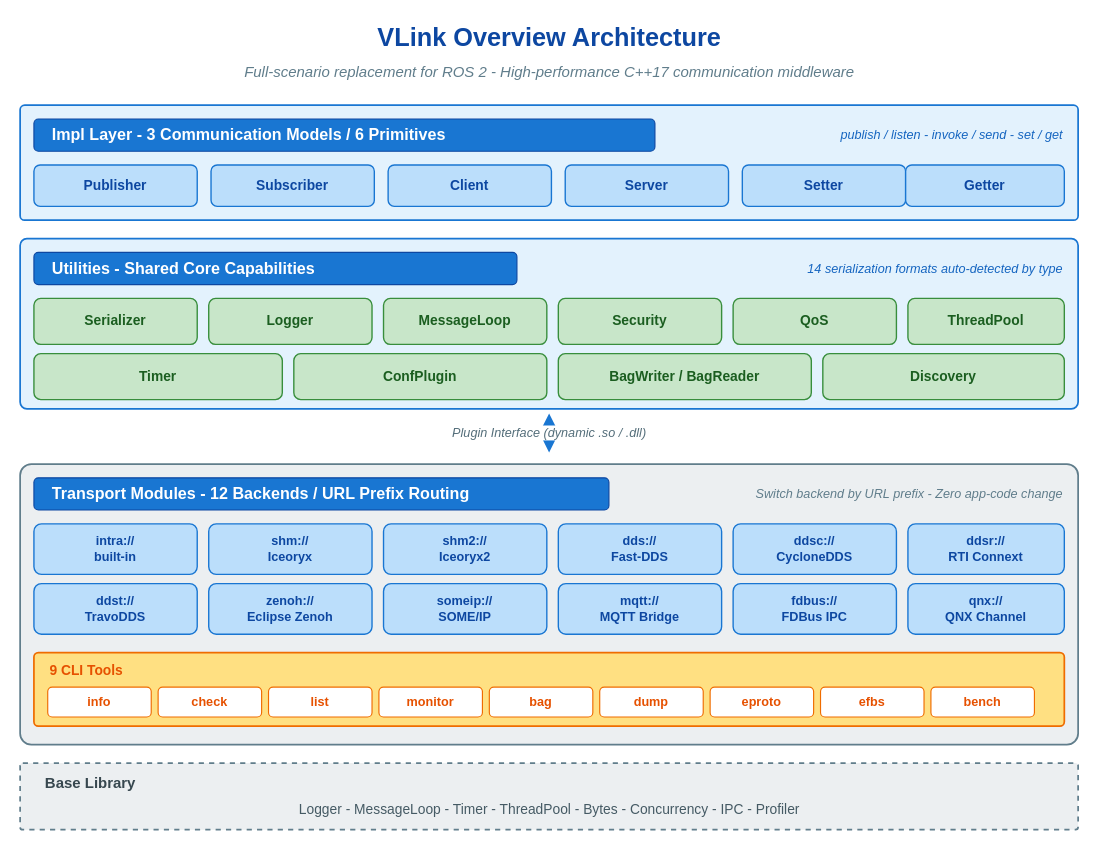
Before: doc/images/overview-architecture.drawio in thun-res/vlink, a draw.io diagram. Source tidied: cells renumbered, new cells numbered last; positions are measured from the earlier drawing's top-left corner, leaving out a move shared by most shapes. Both pictures are drawn from the tidied source at 115%, with x=0, y=0 at pixel (20, 20).
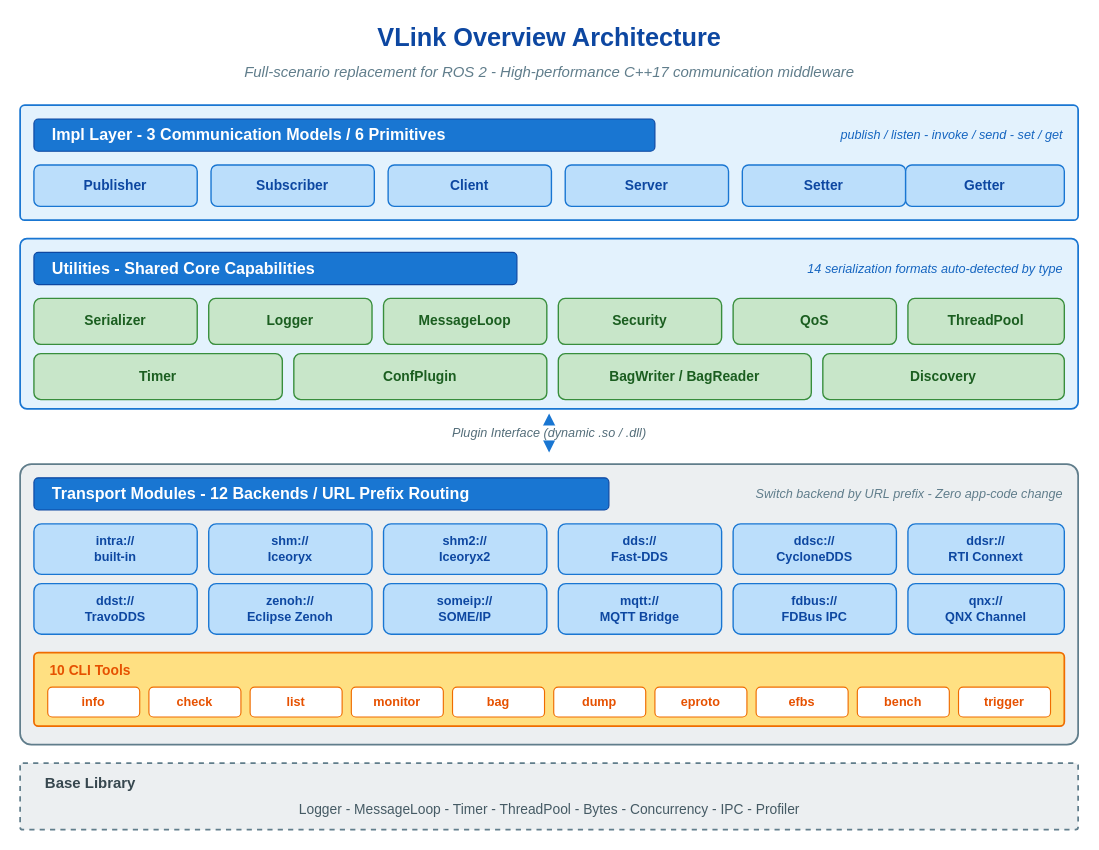
The same diagram, later.

What changed in the source:
```diff
@@
-    <mxCell id="43" value="9 CLI Tools" style="text;html=1;align=left;verticalAlign=middle;strokeColor=none;fillColor=none;fontFamily=Helvetica;fontSize=12;fontStyle=1;fontColor=#e65100;" parent="1" vertex="1">
+    <mxCell id="43" value="10 CLI Tools" style="text;html=1;align=left;verticalAlign=middle;strokeColor=none;fillColor=none;fontFamily=Helvetica;fontSize=12;fontStyle=1;fontColor=#e65100;" parent="1" vertex="1">
       <mxGeometry x="24" y="556" width="120" height="20" as="geometry" />
     </mxCell>
     <mxCell id="44" value="info" style="rounded=1;whiteSpace=wrap;html=1;fillColor=#ffffff;strokeColor=#ef6c00;strokeWidth=1;fontFamily=Helvetica;fontSize=11;fontStyle=1;fontColor=#e65100;align=center;shadow=0;" parent="1" vertex="1">
-      <mxGeometry x="24" y="580" width="90" height="26" as="geometry" />
+      <mxGeometry x="24" y="580" width="80" height="26" as="geometry" />
     </mxCell>
     <mxCell id="45" value="check" style="rounded=1;whiteSpace=wrap;html=1;fillColor=#ffffff;strokeColor=#ef6c00;strokeWidth=1;fontFamily=Helvetica;fontSize=11;fontStyle=1;fontColor=#e65100;align=center;shadow=0;" parent="1" vertex="1">
-      <mxGeometry x="120" y="580" width="90" height="26" as="geometry" />
+      <mxGeometry x="112" y="580" width="80" height="26" as="geometry" />
     </mxCell>
     <mxCell id="46" value="list" style="rounded=1;whiteSpace=wrap;html=1;fillColor=#ffffff;strokeColor=#ef6c00;strokeWidth=1;fontFamily=Helvetica;fontSize=11;fontStyle=1;fontColor=#e65100;align=center;shadow=0;" parent="1" vertex="1">
-      <mxGeometry x="216" y="580" width="90" height="26" as="geometry" />
+      <mxGeometry x="200" y="580" width="80" height="26" as="geometry" />
     </mxCell>
     <mxCell id="47" value="monitor" style="rounded=1;whiteSpace=wrap;html=1;fillColor=#ffffff;strokeColor=#ef6c00;strokeWidth=1;fontFamily=Helvetica;fontSize=11;fontStyle=1;fontColor=#e65100;align=center;shadow=0;" parent="1" vertex="1">
-      <mxGeometry x="312" y="580" width="90" height="26" as="geometry" />
+      <mxGeometry x="288" y="580" width="80" height="26" as="geometry" />
     </mxCell>
     <mxCell id="48" value="bag" style="rounded=1;whiteSpace=wrap;html=1;fillColor=#ffffff;strokeColor=#ef6c00;strokeWidth=1;fontFamily=Helvetica;fontSize=11;fontStyle=1;fontColor=#e65100;align=center;shadow=0;" parent="1" vertex="1">
-      <mxGeometry x="408" y="580" width="90" height="26" as="geometry" />
+      <mxGeometry x="376" y="580" width="80" height="26" as="geometry" />
     </mxCell>
     <mxCell id="49" value="dump" style="rounded=1;whiteSpace=wrap;html=1;fillColor=#ffffff;strokeColor=#ef6c00;strokeWidth=1;fontFamily=Helvetica;fontSize=11;fontStyle=1;fontColor=#e65100;align=center;shadow=0;" parent="1" vertex="1">
-      <mxGeometry x="504" y="580" width="90" height="26" as="geometry" />
+      <mxGeometry x="464" y="580" width="80" height="26" as="geometry" />
     </mxCell>
     <mxCell id="50" value="eproto" style="rounded=1;whiteSpace=wrap;html=1;fillColor=#ffffff;strokeColor=#ef6c00;strokeWidth=1;fontFamily=Helvetica;fontSize=11;fontStyle=1;fontColor=#e65100;align=center;shadow=0;" parent="1" vertex="1">
-      <mxGeometry x="600" y="580" width="90" height="26" as="geometry" />
+      <mxGeometry x="552" y="580" width="80" height="26" as="geometry" />
     </mxCell>
     <mxCell id="51" value="efbs" style="rounded=1;whiteSpace=wrap;html=1;fillColor=#ffffff;strokeColor=#ef6c00;strokeWidth=1;fontFamily=Helvetica;fontSize=11;fontStyle=1;fontColor=#e65100;align=center;shadow=0;" parent="1" vertex="1">
-      <mxGeometry x="696" y="580" width="90" height="26" as="geometry" />
+      <mxGeometry x="640" y="580" width="80" height="26" as="geometry" />
     </mxCell>
     <mxCell id="52" value="bench" style="rounded=1;whiteSpace=wrap;html=1;fillColor=#ffffff;strokeColor=#ef6c00;strokeWidth=1;fontFamily=Helvetica;fontSize=11;fontStyle=1;fontColor=#e65100;align=center;shadow=0;" parent="1" vertex="1">
-      <mxGeometry x="792" y="580" width="90" height="26" as="geometry" />
+      <mxGeometry x="728" y="580" width="80" height="26" as="geometry" />
     </mxCell>
+    <mxCell id="56" value="trigger" style="rounded=1;whiteSpace=wrap;html=1;fillColor=#ffffff;strokeColor=#ef6c00;strokeWidth=1;fontFamily=Helvetica;fontSize=11;fontStyle=1;fontColor=#e65100;align=center;shadow=0;" parent="1" vertex="1">
+      <mxGeometry x="816" y="580" width="80" height="26" as="geometry" />
+    </mxCell>
```
